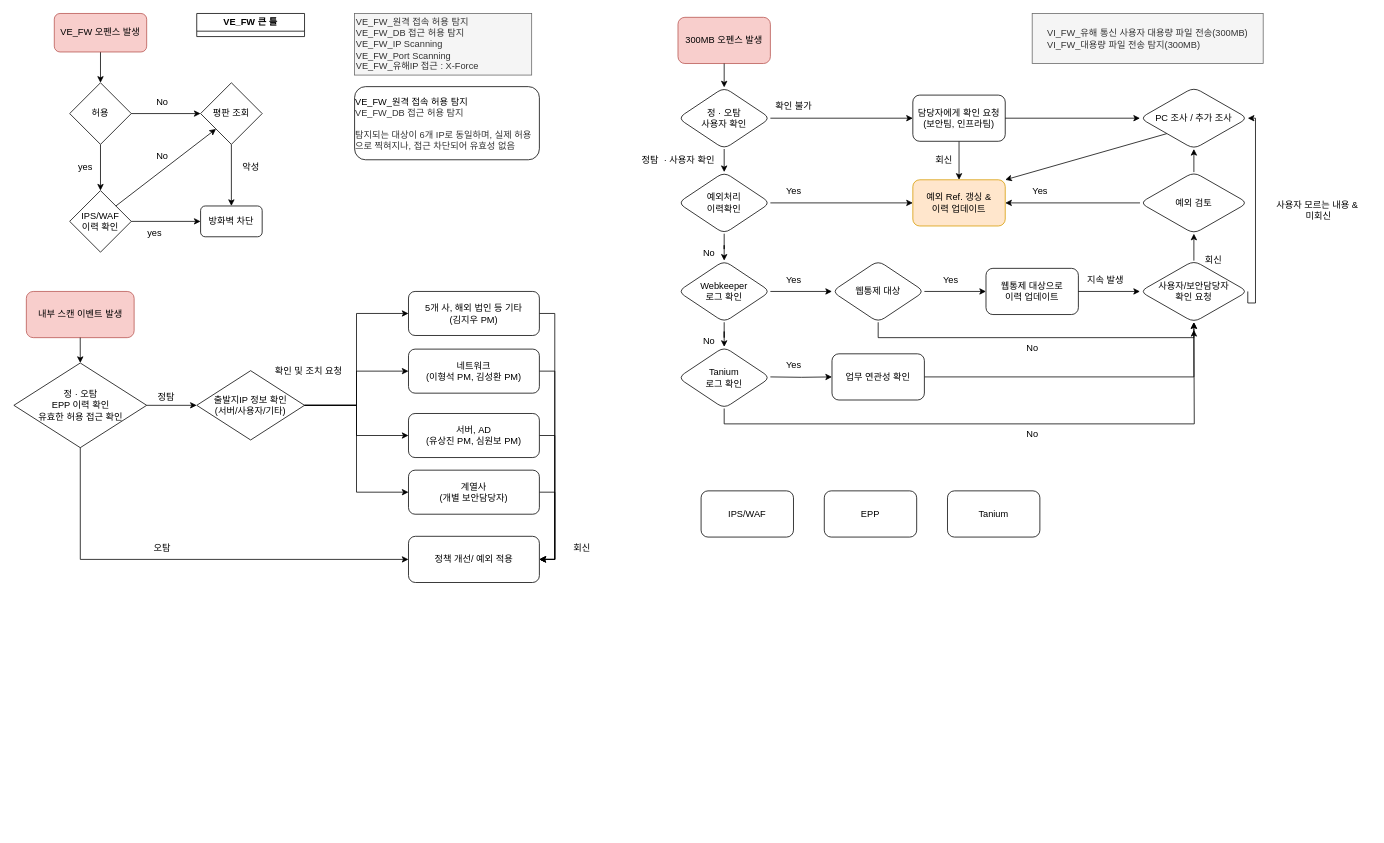
Above: Test.drawio in mangjong/Working (draw.io), before the change. Source tidied: cells renumbered, new cells numbered last; positions are measured from the earlier drawing's top-left corner, leaving out a move shared by most shapes. Both pictures are drawn from the tidied source at 77%, with x=0, y=0 at pixel (14, 13).
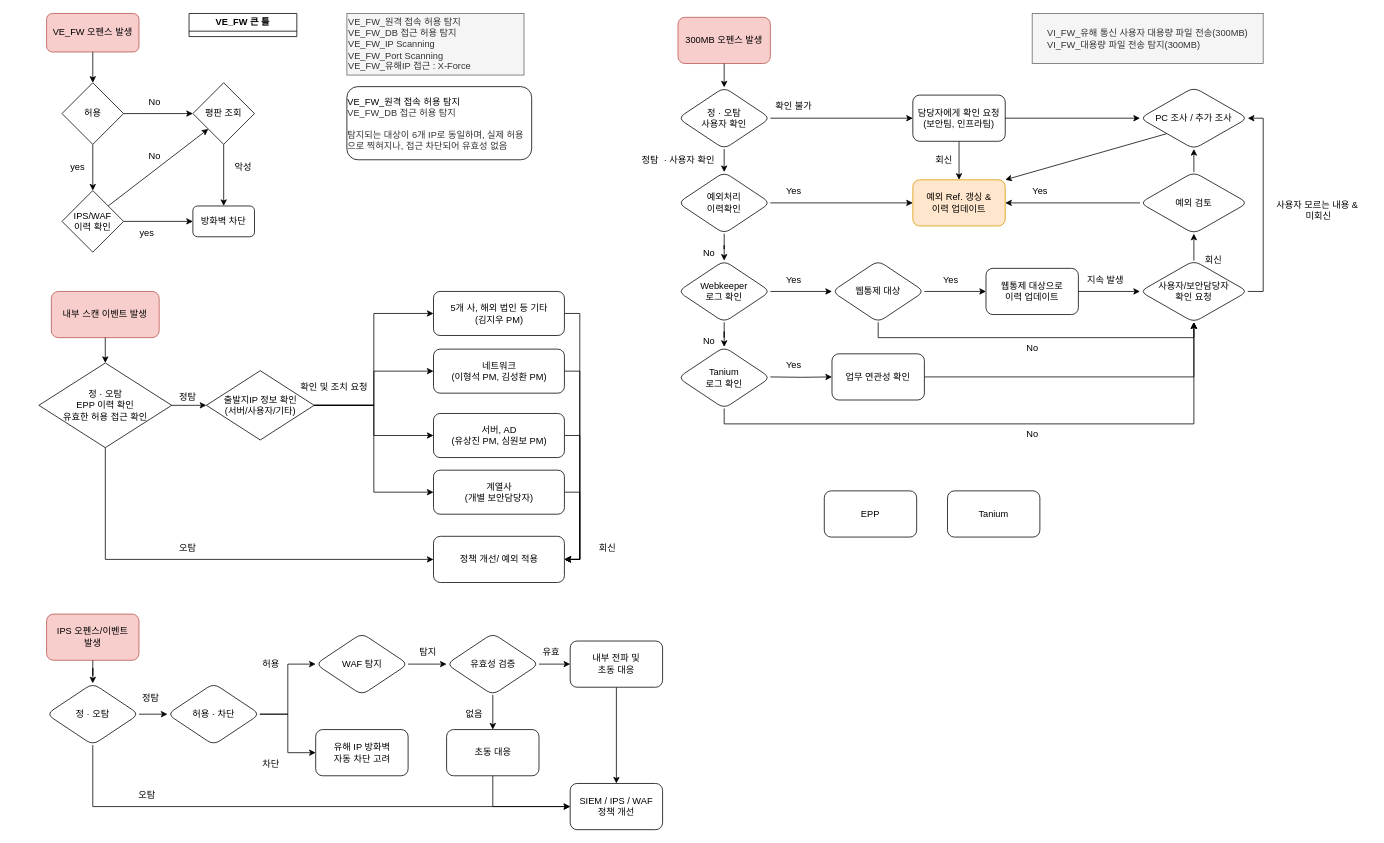
After the change.

Unchanged cells that the change refers to:
```xml
<mxCell id="36" value="Tanium&lt;br&gt;로그 확인" style="rhombus;whiteSpace=wrap;html=1;rounded=1;" parent="1" vertex="1">
  <mxGeometry x="862" y="433" width="120" height="80" as="geometry" />
</mxCell>
<mxCell id="40" value="사용자/보안담당자&lt;br&gt;확인 요청" style="rhombus;whiteSpace=wrap;html=1;rounded=1;" parent="1" vertex="1">
  <mxGeometry x="1462" y="321" width="140" height="80" as="geometry" />
</mxCell>
<mxCell id="66" value="PC 조사 / 추가 조사" style="rhombus;whiteSpace=wrap;html=1;rounded=1;" parent="1" vertex="1">
  <mxGeometry x="1462" y="96" width="140" height="80" as="geometry" />
</mxCell>
```

The edit, as a diff of the source:
```diff
@@
-    <mxCell id="2" style="edgeStyle=orthogonalEdgeStyle;rounded=0;jettySize=auto;html=1;exitX=0.5;exitY=1;exitDx=0;exitDy=0;entryX=0.5;entryY=0;entryDx=0;entryDy=0;" parent="1" edge="1" source="3" target="6">
-      <mxGeometry relative="1" as="geometry" />
-    </mxCell>
-    <mxCell id="3" value="VE_FW 오펜스 발생" style="rounded=1;whiteSpace=wrap;html=1;fillColor=#f8cecc;strokeColor=#b85450;" parent="1" vertex="1">
-      <mxGeometry x="52" width="120" height="50" as="geometry" />
-    </mxCell>
-    <mxCell id="4" style="edgeStyle=orthogonalEdgeStyle;rounded=0;jettySize=auto;html=1;exitX=0.5;exitY=1;exitDx=0;exitDy=0;entryX=0.5;entryY=0;entryDx=0;entryDy=0;" parent="1" edge="1" source="6" target="8">
-      <mxGeometry relative="1" as="geometry" />
-    </mxCell>
-    <mxCell id="5" style="edgeStyle=orthogonalEdgeStyle;rounded=0;jettySize=auto;html=1;exitX=1;exitY=0.5;exitDx=0;exitDy=0;entryX=0;entryY=0.5;entryDx=0;entryDy=0;" parent="1" edge="1" source="6" target="12">
-      <mxGeometry relative="1" as="geometry" />
-    </mxCell>
-    <mxCell id="6" value="허용" style="rhombus;whiteSpace=wrap;html=1;" parent="1" vertex="1">
-      <mxGeometry x="72" y="90" width="80" height="80" as="geometry" />
-    </mxCell>
-    <mxCell id="7" style="edgeStyle=orthogonalEdgeStyle;rounded=0;jettySize=auto;html=1;exitX=1;exitY=0.5;exitDx=0;exitDy=0;entryX=0;entryY=0.5;entryDx=0;entryDy=0;" parent="1" edge="1" source="8" target="13">
-      <mxGeometry relative="1" as="geometry" />
-    </mxCell>
-    <mxCell id="8" value="IPS/WAF&lt;br&gt;이력 확인" style="rhombus;whiteSpace=wrap;html=1;" parent="1" vertex="1">
-      <mxGeometry x="72" y="230" width="80" height="80" as="geometry" />
-    </mxCell>
-    <mxCell id="9" value="yes" style="text;html=1;align=center;verticalAlign=middle;strokeColor=none;fillColor=none;" parent="1" vertex="1">
-      <mxGeometry x="72" y="185" width="40" height="30" as="geometry" />
-    </mxCell>
-    <mxCell id="10" value="No" style="text;html=1;align=center;verticalAlign=middle;strokeColor=none;fillColor=none;" parent="1" vertex="1">
-      <mxGeometry x="172" y="100" width="40" height="30" as="geometry" />
-    </mxCell>
-    <mxCell id="11" style="edgeStyle=orthogonalEdgeStyle;rounded=0;jettySize=auto;html=1;exitX=0.5;exitY=1;exitDx=0;exitDy=0;" parent="1" edge="1" source="12" target="13">
-      <mxGeometry relative="1" as="geometry" />
-    </mxCell>
-    <mxCell id="12" value="평판 조회" style="rhombus;whiteSpace=wrap;html=1;" parent="1" vertex="1">
-      <mxGeometry x="242" y="90" width="80" height="80" as="geometry" />
-    </mxCell>
-    <mxCell id="13" value="방화벽 차단" style="rounded=1;whiteSpace=wrap;html=1;fontSize=12;glass=0;strokeWidth=1;shadow=0;" parent="1" vertex="1">
-      <mxGeometry x="242" y="250" width="80" height="40" as="geometry" />
-    </mxCell>
-    <mxCell id="14" value="yes" style="text;html=1;align=center;verticalAlign=middle;strokeColor=none;fillColor=none;" parent="1" vertex="1">
-      <mxGeometry x="162" y="270" width="40" height="30" as="geometry" />
-    </mxCell>
-    <mxCell id="15" value="악성" style="text;html=1;align=center;verticalAlign=middle;strokeColor=none;fillColor=none;" parent="1" vertex="1">
-      <mxGeometry x="282" y="185" width="50" height="30" as="geometry" />
-    </mxCell>
-    <mxCell id="16" style="rounded=0;jettySize=auto;html=1;exitX=1;exitY=0;exitDx=0;exitDy=0;entryX=0;entryY=1;entryDx=0;entryDy=0;" parent="1" edge="1" source="8" target="12">
-      <mxGeometry relative="1" as="geometry" />
-    </mxCell>
-    <mxCell id="17" value="No" style="text;html=1;align=center;verticalAlign=middle;strokeColor=none;fillColor=none;" parent="1" vertex="1">
-      <mxGeometry x="172" y="170" width="40" height="30" as="geometry" />
-    </mxCell>
-    <mxCell id="18" value="VE_FW_원격 접속 허용 탐지&lt;br&gt;VE_FW_DB 접근 허용 탐지&lt;br&gt;VE_FW_IP Scanning&lt;br&gt;VE_FW_Port Scanning&lt;br&gt;VE_FW_유해IP 접근 : X-Force" style="rounded=0;whiteSpace=wrap;html=1;fillColor=#f5f5f5;fontColor=#333333;strokeColor=#666666;align=left;" parent="1" vertex="1">
-      <mxGeometry x="442" width="230" height="80" as="geometry" />
-    </mxCell>
-    <mxCell id="19" value="&lt;div style=&quot;text-align: left;&quot;&gt;&lt;span style=&quot;background-color: initial;&quot;&gt;VE_FW_원격 접속 허용 탐지&lt;/span&gt;&lt;/div&gt;&lt;span style=&quot;color: rgb(51, 51, 51);&quot;&gt;&lt;div style=&quot;text-align: left;&quot;&gt;&lt;span style=&quot;background-color: initial;&quot;&gt;VE_FW_DB 접근 허용 탐지&lt;/span&gt;&lt;/div&gt;&lt;/span&gt;&lt;div style=&quot;text-align: left;&quot;&gt;&lt;font color=&quot;#333333&quot;&gt;&lt;br&gt;&lt;/font&gt;&lt;/div&gt;&lt;font color=&quot;#333333&quot;&gt;&lt;div style=&quot;text-align: left;&quot;&gt;&lt;span style=&quot;background-color: initial;&quot;&gt;탐지되는 대상이 6개 IP로 동일하며, 실제 허용으로 찍혀지나, 접근 차단되어 유효성 없음&lt;/span&gt;&lt;/div&gt;&lt;/font&gt;" style="rounded=1;whiteSpace=wrap;html=1;" parent="1" vertex="1">
-      <mxGeometry x="442" y="95" width="240" height="95" as="geometry" />
-    </mxCell>
-    <mxCell id="20" value="VE_FW 큰 틀" style="swimlane;whiteSpace=wrap;html=1;" parent="1" vertex="1" collapsed="1">
-      <mxGeometry x="237" width="140" height="30" as="geometry" />
-    </mxCell>
@@
-    <mxCell id="35" style="edgeStyle=orthogonalEdgeStyle;rounded=0;jettySize=auto;html=1;exitX=0.5;exitY=1;exitDx=0;exitDy=0;" parent="1" edge="1" source="36">
-      <mxGeometry relative="1" as="geometry">
-        <mxPoint x="1532" y="411" as="targetPoint" />
-      </mxGeometry>
+    <mxCell id="35" style="edgeStyle=orthogonalEdgeStyle;rounded=0;jettySize=auto;html=1;exitX=0.5;exitY=1;exitDx=0;exitDy=0;entryX=0.5;entryY=1;entryDx=0;entryDy=0;" parent="1" edge="1" source="36" target="40">
+      <mxGeometry relative="1" as="geometry" />
     </mxCell>
@@
+    <mxCell id="67" style="edgeStyle=orthogonalEdgeStyle;rounded=0;jettySize=auto;html=1;exitX=1;exitY=0.5;exitDx=0;exitDy=0;entryX=1;entryY=0.5;entryDx=0;entryDy=0;" parent="1" edge="1" source="40" target="66">
+      <mxGeometry relative="1" as="geometry" />
+    </mxCell>
@@
-    <mxCell id="67" style="edgeStyle=orthogonalEdgeStyle;rounded=0;jettySize=auto;html=1;exitX=1;exitY=0.5;exitDx=0;exitDy=0;entryX=1;entryY=0.5;entryDx=0;entryDy=0;" parent="1" edge="1" source="40" target="66">
-      <mxGeometry relative="1" as="geometry">
-        <Array as="points">
-          <mxPoint x="1612" y="376" />
-          <mxPoint x="1612" y="136" />
-        </Array>
-      </mxGeometry>
-    </mxCell>
@@
     <mxCell id="71" style="group;" parent="1" vertex="1">
-      <mxGeometry x="-0.5" y="361" width="762.5" height="378" as="geometry" />
+      <mxGeometry x="32" y="361" width="762.5" height="378" as="geometry" />
     </mxCell>
@@
     <mxCell id="73" value="출발지IP 정보 확인&lt;br&gt;(서버/사용자/기타)" style="rhombus;whiteSpace=wrap;html=1;" parent="71" vertex="1">
-      <mxGeometry x="237.5" y="102.9" width="140" height="90" as="geometry" />
+      <mxGeometry x="217.5" y="102.9" width="140" height="90" as="geometry" />
     </mxCell>
@@
     <mxCell id="77" value="정탐" style="text;html=1;align=center;verticalAlign=middle;strokeColor=none;fillColor=none;" parent="71" vertex="1">
-      <mxGeometry x="172.5" y="122.2" width="50" height="30" as="geometry" />
+      <mxGeometry x="167.5" y="122.2" width="50" height="30" as="geometry" />
     </mxCell>
@@
     <mxCell id="89" value="확인 및 조치 요청" style="text;html=1;align=center;verticalAlign=middle;strokeColor=none;fillColor=none;" parent="71" vertex="1">
-      <mxGeometry x="322.5" y="88.5" width="120" height="30" as="geometry" />
+      <mxGeometry x="322.5" y="109" width="120" height="30" as="geometry" />
     </mxCell>
@@
-    <mxCell id="95" value="IPS/WAF" style="rounded=1;whiteSpace=wrap;html=1;" parent="1" vertex="1">
-      <mxGeometry x="892" y="620" width="120" height="60" as="geometry" />
-    </mxCell>
@@
+    <mxCell id="98" style="group;" parent="1" vertex="1">
+      <mxGeometry x="42" width="630" height="310" as="geometry" />
+    </mxCell>
+    <mxCell id="3" value="VE_FW 오펜스 발생" style="rounded=1;whiteSpace=wrap;html=1;fillColor=#f8cecc;strokeColor=#b85450;" parent="98" vertex="1">
+      <mxGeometry width="120" height="50" as="geometry" />
+    </mxCell>
+    <mxCell id="6" value="허용" style="rhombus;whiteSpace=wrap;html=1;" parent="98" vertex="1">
+      <mxGeometry x="20" y="90" width="80" height="80" as="geometry" />
+    </mxCell>
+    <mxCell id="2" style="edgeStyle=orthogonalEdgeStyle;rounded=0;jettySize=auto;html=1;exitX=0.5;exitY=1;exitDx=0;exitDy=0;entryX=0.5;entryY=0;entryDx=0;entryDy=0;" parent="98" edge="1" source="3" target="6">
+      <mxGeometry relative="1" as="geometry" />
+    </mxCell>
+    <mxCell id="8" value="IPS/WAF&lt;br&gt;이력 확인" style="rhombus;whiteSpace=wrap;html=1;" parent="98" vertex="1">
+      <mxGeometry x="20" y="230" width="80" height="80" as="geometry" />
+    </mxCell>
+    <mxCell id="4" style="edgeStyle=orthogonalEdgeStyle;rounded=0;jettySize=auto;html=1;exitX=0.5;exitY=1;exitDx=0;exitDy=0;entryX=0.5;entryY=0;entryDx=0;entryDy=0;" parent="98" edge="1" source="6" target="8">
+      <mxGeometry relative="1" as="geometry" />
+    </mxCell>
+    <mxCell id="9" value="yes" style="text;html=1;align=center;verticalAlign=middle;strokeColor=none;fillColor=none;" parent="98" vertex="1">
+      <mxGeometry x="20" y="185" width="40" height="30" as="geometry" />
+    </mxCell>
+    <mxCell id="10" value="No" style="text;html=1;align=center;verticalAlign=middle;strokeColor=none;fillColor=none;" parent="98" vertex="1">
+      <mxGeometry x="120" y="100" width="40" height="30" as="geometry" />
+    </mxCell>
+    <mxCell id="12" value="평판 조회" style="rhombus;whiteSpace=wrap;html=1;" parent="98" vertex="1">
+      <mxGeometry x="190" y="90" width="80" height="80" as="geometry" />
+    </mxCell>
+    <mxCell id="5" style="edgeStyle=orthogonalEdgeStyle;rounded=0;jettySize=auto;html=1;exitX=1;exitY=0.5;exitDx=0;exitDy=0;entryX=0;entryY=0.5;entryDx=0;entryDy=0;" parent="98" edge="1" source="6" target="12">
+      <mxGeometry relative="1" as="geometry" />
+    </mxCell>
+    <mxCell id="13" value="방화벽 차단" style="rounded=1;whiteSpace=wrap;html=1;fontSize=12;glass=0;strokeWidth=1;shadow=0;" parent="98" vertex="1">
+      <mxGeometry x="190" y="250" width="80" height="40" as="geometry" />
+    </mxCell>
+    <mxCell id="7" style="edgeStyle=orthogonalEdgeStyle;rounded=0;jettySize=auto;html=1;exitX=1;exitY=0.5;exitDx=0;exitDy=0;entryX=0;entryY=0.5;entryDx=0;entryDy=0;" parent="98" edge="1" source="8" target="13">
+      <mxGeometry relative="1" as="geometry" />
+    </mxCell>
+    <mxCell id="14" value="yes" style="text;html=1;align=center;verticalAlign=middle;strokeColor=none;fillColor=none;" parent="98" vertex="1">
+      <mxGeometry x="110" y="270" width="40" height="30" as="geometry" />
+    </mxCell>
+    <mxCell id="15" value="악성" style="text;html=1;align=center;verticalAlign=middle;strokeColor=none;fillColor=none;" parent="98" vertex="1">
+      <mxGeometry x="230" y="185" width="50" height="30" as="geometry" />
+    </mxCell>
+    <mxCell id="11" style="edgeStyle=orthogonalEdgeStyle;rounded=0;jettySize=auto;html=1;exitX=0.5;exitY=1;exitDx=0;exitDy=0;" parent="98" edge="1" source="12" target="13">
+      <mxGeometry relative="1" as="geometry" />
+    </mxCell>
+    <mxCell id="16" style="rounded=0;jettySize=auto;html=1;exitX=1;exitY=0;exitDx=0;exitDy=0;entryX=0;entryY=1;entryDx=0;entryDy=0;" parent="98" edge="1" source="8" target="12">
+      <mxGeometry relative="1" as="geometry" />
+    </mxCell>
+    <mxCell id="17" value="No" style="text;html=1;align=center;verticalAlign=middle;strokeColor=none;fillColor=none;" parent="98" vertex="1">
+      <mxGeometry x="120" y="170" width="40" height="30" as="geometry" />
+    </mxCell>
+    <mxCell id="18" value="VE_FW_원격 접속 허용 탐지&lt;br&gt;VE_FW_DB 접근 허용 탐지&lt;br&gt;VE_FW_IP Scanning&lt;br&gt;VE_FW_Port Scanning&lt;br&gt;VE_FW_유해IP 접근 : X-Force" style="rounded=0;whiteSpace=wrap;html=1;fillColor=#f5f5f5;fontColor=#333333;strokeColor=#666666;align=left;" parent="98" vertex="1">
+      <mxGeometry x="390" width="230" height="80" as="geometry" />
+    </mxCell>
+    <mxCell id="19" value="&lt;div style=&quot;text-align: left;&quot;&gt;&lt;span style=&quot;background-color: initial;&quot;&gt;VE_FW_원격 접속 허용 탐지&lt;/span&gt;&lt;/div&gt;&lt;span style=&quot;color: rgb(51, 51, 51);&quot;&gt;&lt;div style=&quot;text-align: left;&quot;&gt;&lt;span style=&quot;background-color: initial;&quot;&gt;VE_FW_DB 접근 허용 탐지&lt;/span&gt;&lt;/div&gt;&lt;/span&gt;&lt;div style=&quot;text-align: left;&quot;&gt;&lt;font color=&quot;#333333&quot;&gt;&lt;br&gt;&lt;/font&gt;&lt;/div&gt;&lt;font color=&quot;#333333&quot;&gt;&lt;div style=&quot;text-align: left;&quot;&gt;&lt;span style=&quot;background-color: initial;&quot;&gt;탐지되는 대상이 6개 IP로 동일하며, 실제 허용으로 찍혀지나, 접근 차단되어 유효성 없음&lt;/span&gt;&lt;/div&gt;&lt;/font&gt;" style="rounded=1;whiteSpace=wrap;html=1;" parent="98" vertex="1">
+      <mxGeometry x="390" y="95" width="240" height="95" as="geometry" />
+    </mxCell>
+    <mxCell id="20" value="VE_FW 큰 틀" style="swimlane;whiteSpace=wrap;html=1;" parent="98" vertex="1" collapsed="1">
+      <mxGeometry x="185" width="140" height="30" as="geometry" />
+    </mxCell>
+    <mxCell id="99" style="group;" parent="1" vertex="1">
+      <mxGeometry x="42" y="780" width="800" height="280" as="geometry" />
+    </mxCell>
+    <mxCell id="95" value="IPS 오펜스/이벤트 &lt;br&gt;발생" style="rounded=1;whiteSpace=wrap;html=1;fillColor=#f8cecc;strokeColor=#b85450;" parent="99" vertex="1">
+      <mxGeometry width="120" height="60" as="geometry" />
+    </mxCell>
+    <mxCell id="100" value="정 · 오탐" style="rhombus;whiteSpace=wrap;html=1;rounded=1;" parent="99" vertex="1">
+      <mxGeometry y="90" width="120" height="80" as="geometry" />
+    </mxCell>
+    <mxCell id="101" style="edgeStyle=orthogonalEdgeStyle;rounded=0;jettySize=auto;html=1;" parent="99" edge="1" source="95" target="100">
+      <mxGeometry relative="1" as="geometry" />
+    </mxCell>
+    <mxCell id="102" value="허용 · 차단" style="rhombus;whiteSpace=wrap;html=1;rounded=1;" parent="99" vertex="1">
+      <mxGeometry x="157" y="90" width="120" height="80" as="geometry" />
+    </mxCell>
+    <mxCell id="103" style="edgeStyle=orthogonalEdgeStyle;rounded=0;jettySize=auto;html=1;exitX=1;exitY=0.5;exitDx=0;exitDy=0;entryX=0;entryY=0.5;entryDx=0;entryDy=0;" parent="99" edge="1" source="100" target="102">
+      <mxGeometry relative="1" as="geometry" />
+    </mxCell>
+    <mxCell id="104" value="정탐" style="text;html=1;align=center;verticalAlign=middle;strokeColor=none;fillColor=none;" parent="99" vertex="1">
+      <mxGeometry x="110" y="95" width="50" height="30" as="geometry" />
+    </mxCell>
+    <mxCell id="105" value="SIEM / IPS / WAF&lt;br&gt;정책 개선" style="rounded=1;whiteSpace=wrap;html=1;" parent="99" vertex="1">
+      <mxGeometry x="680" y="220" width="120" height="60" as="geometry" />
+    </mxCell>
+    <mxCell id="106" style="edgeStyle=orthogonalEdgeStyle;rounded=0;jettySize=auto;html=1;exitX=0.5;exitY=1;exitDx=0;exitDy=0;entryX=0;entryY=0.5;entryDx=0;entryDy=0;" parent="99" edge="1" source="100" target="105">
+      <mxGeometry relative="1" as="geometry" />
+    </mxCell>
+    <mxCell id="107" value="오탐" style="text;html=1;align=center;verticalAlign=middle;strokeColor=none;fillColor=none;" parent="99" vertex="1">
+      <mxGeometry x="105" y="220" width="50" height="30" as="geometry" />
+    </mxCell>
+    <mxCell id="108" value="유해 IP 방화벽 &lt;br&gt;자동 차단 고려" style="rounded=1;whiteSpace=wrap;html=1;" parent="99" vertex="1">
+      <mxGeometry x="349.5" y="150" width="120" height="60" as="geometry" />
+    </mxCell>
+    <mxCell id="109" style="edgeStyle=orthogonalEdgeStyle;rounded=0;jettySize=auto;html=1;exitX=1;exitY=0.5;exitDx=0;exitDy=0;" parent="99" edge="1" source="102" target="108">
+      <mxGeometry relative="1" as="geometry" />
+    </mxCell>
+    <mxCell id="110" value="허용" style="text;html=1;align=center;verticalAlign=middle;strokeColor=none;fillColor=none;" parent="99" vertex="1">
+      <mxGeometry x="266" y="50" width="50" height="30" as="geometry" />
+    </mxCell>
+    <mxCell id="111" value="차단" style="text;html=1;align=center;verticalAlign=middle;strokeColor=none;fillColor=none;" parent="99" vertex="1">
+      <mxGeometry x="266" y="180" width="50" height="30" as="geometry" />
+    </mxCell>
+    <mxCell id="112" value="WAF 탐지" style="rhombus;whiteSpace=wrap;html=1;rounded=1;" parent="99" vertex="1">
+      <mxGeometry x="349.5" y="25" width="120" height="80" as="geometry" />
+    </mxCell>
+    <mxCell id="113" style="edgeStyle=orthogonalEdgeStyle;rounded=0;jettySize=auto;html=1;exitX=1;exitY=0.5;exitDx=0;exitDy=0;entryX=0;entryY=0.5;entryDx=0;entryDy=0;" parent="99" edge="1" source="102" target="112">
+      <mxGeometry relative="1" as="geometry" />
+    </mxCell>
+    <mxCell id="114" value="유효성 검증" style="rhombus;whiteSpace=wrap;html=1;rounded=1;" parent="99" vertex="1">
+      <mxGeometry x="519.5" y="25" width="120" height="80" as="geometry" />
+    </mxCell>
+    <mxCell id="115" style="edgeStyle=orthogonalEdgeStyle;rounded=0;jettySize=auto;html=1;exitX=1;exitY=0.5;exitDx=0;exitDy=0;entryX=0;entryY=0.5;entryDx=0;entryDy=0;" parent="99" edge="1" source="112" target="114">
+      <mxGeometry relative="1" as="geometry" />
+    </mxCell>
+    <mxCell id="116" value="탐지" style="text;html=1;align=center;verticalAlign=middle;strokeColor=none;fillColor=none;" parent="99" vertex="1">
+      <mxGeometry x="469.5" y="35" width="50" height="30" as="geometry" />
+    </mxCell>
+    <mxCell id="117" style="edgeStyle=orthogonalEdgeStyle;rounded=0;jettySize=auto;html=1;exitX=0.5;exitY=1;exitDx=0;exitDy=0;entryX=0.5;entryY=0;entryDx=0;entryDy=0;" parent="99" edge="1" source="118" target="105">
+      <mxGeometry relative="1" as="geometry" />
+    </mxCell>
+    <mxCell id="118" value="내부 전파 및 &lt;br&gt;초동 대응" style="whiteSpace=wrap;html=1;rounded=1;" parent="99" vertex="1">
+      <mxGeometry x="680" y="35" width="120" height="60" as="geometry" />
+    </mxCell>
+    <mxCell id="119" style="edgeStyle=orthogonalEdgeStyle;rounded=0;jettySize=auto;html=1;" parent="99" edge="1" source="114" target="118">
+      <mxGeometry relative="1" as="geometry" />
+    </mxCell>
+    <mxCell id="120" value="유효" style="text;html=1;align=center;verticalAlign=middle;strokeColor=none;fillColor=none;" parent="99" vertex="1">
+      <mxGeometry x="630" y="35" width="50" height="30" as="geometry" />
+    </mxCell>
+    <mxCell id="121" value="없음" style="text;html=1;align=center;verticalAlign=middle;strokeColor=none;fillColor=none;" parent="99" vertex="1">
+      <mxGeometry x="530" y="115" width="50" height="30" as="geometry" />
+    </mxCell>
+    <mxCell id="122" style="edgeStyle=orthogonalEdgeStyle;rounded=0;jettySize=auto;html=1;exitX=0.5;exitY=1;exitDx=0;exitDy=0;entryX=0;entryY=0.5;entryDx=0;entryDy=0;" parent="99" edge="1" source="123" target="105">
+      <mxGeometry relative="1" as="geometry" />
+    </mxCell>
+    <mxCell id="123" value="초동 대응" style="rounded=1;whiteSpace=wrap;html=1;" parent="99" vertex="1">
+      <mxGeometry x="519.5" y="150" width="120" height="60" as="geometry" />
+    </mxCell>
+    <mxCell id="124" style="edgeStyle=orthogonalEdgeStyle;rounded=0;jettySize=auto;html=1;exitX=0.5;exitY=1;exitDx=0;exitDy=0;entryX=0.5;entryY=0;entryDx=0;entryDy=0;" parent="99" edge="1" source="114" target="123">
+      <mxGeometry relative="1" as="geometry" />
+    </mxCell>
```
